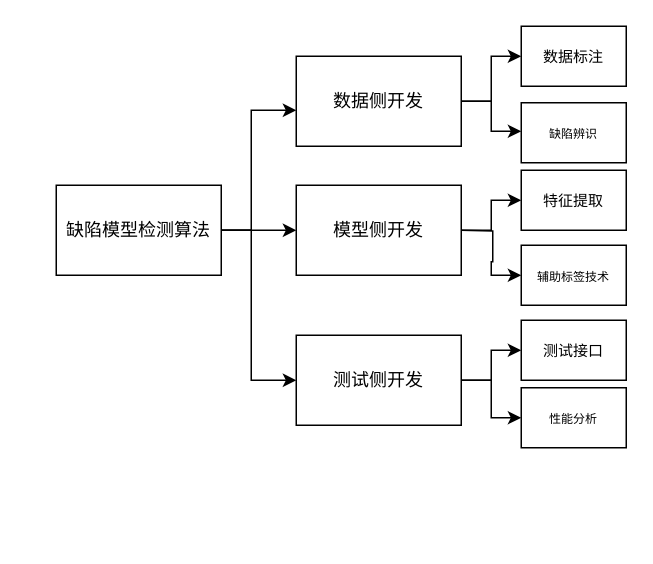
This is GWTH_architecture_designed.drawio from paleblackless/diagrams, a draw.io file, before an edit. Source tidied: cells renumbered, new cells numbered last; positions are measured from the earlier drawing's top-left corner, leaving out a move shared by most shapes. Both pictures are drawn from the tidied source at 150%, with x=0, y=0 at pixel (56, 26).
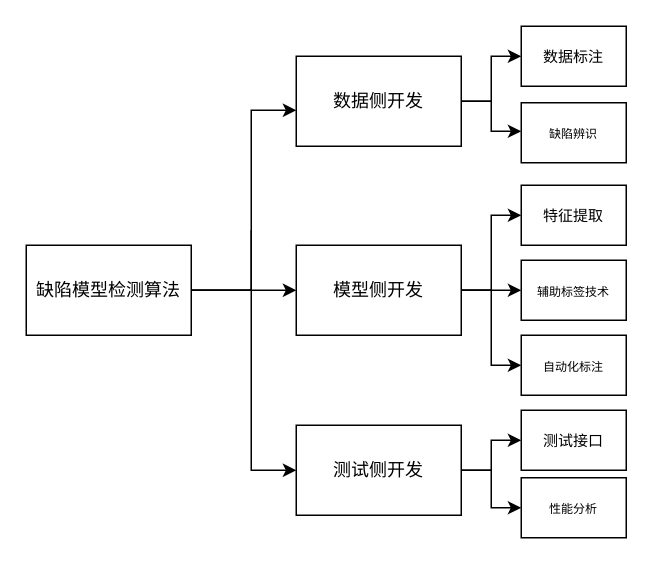
The same page after the edit.

What changed in the source:
```diff
@@
     <mxCell id="5" value="&lt;p class=&quot;MsoNormal&quot;&gt;&lt;span&gt;测试侧开发&lt;/span&gt;&lt;/p&gt;" style="rounded=0;whiteSpace=wrap;html=1;" parent="1" vertex="1">
-      <mxGeometry x="160" y="206" width="110" height="60" as="geometry" />
+      <mxGeometry x="160" y="266" width="110" height="60" as="geometry" />
     </mxCell>
     <mxCell id="6" style="edgeStyle=orthogonalEdgeStyle;rounded=0;jettySize=auto;html=1;exitX=1;exitY=0.5;exitDx=0;exitDy=0;" parent="1" edge="1" source="7">
       <mxGeometry relative="1" as="geometry">
         <mxPoint x="160" y="56" as="targetPoint" />
         <Array as="points">
-          <mxPoint x="130" y="136" />
+          <mxPoint x="130" y="176" />
           <mxPoint x="130" y="56" />
-          <mxPoint x="160" y="56" />
         </Array>
       </mxGeometry>
     </mxCell>
     <mxCell id="7" value="缺陷模型检测算法" style="rounded=0;whiteSpace=wrap;html=1;" parent="1" vertex="1">
-      <mxGeometry y="106" width="110" height="60" as="geometry" />
+      <mxGeometry x="-20" y="146" width="110" height="60" as="geometry" />
     </mxCell>
-    <mxCell id="8" style="endArrow=classic;html=1;rounded=0;exitX=1;exitY=0.5;exitDx=0;exitDy=0;startArrow=none;" parent="1" edge="1" source="11">
+    <mxCell id="8" style="endArrow=classic;html=1;rounded=0;startArrow=none;entryX=0;entryY=0.5;entryDx=0;entryDy=0;" parent="1" edge="1" target="11">
       <mxGeometry relative="1" as="geometry">
-        <mxPoint x="190" y="136" as="targetPoint" />
+        <mxPoint x="90" y="176" as="sourcePoint" />
         <Array as="points">
-          <mxPoint x="190" y="136" />
+          <mxPoint x="130" y="176" />
+          <mxPoint x="160" y="176" />
         </Array>
       </mxGeometry>
     </mxCell>
-    <mxCell id="9" style="endArrow=classic;html=1;rounded=0;entryX=0;entryY=0.5;entryDx=0;entryDy=0;" parent="1" edge="1" target="5">
+    <mxCell id="9" style="endArrow=classic;html=1;rounded=0;entryX=0;entryY=0.5;entryDx=0;entryDy=0;exitX=1;exitY=0.5;exitDx=0;exitDy=0;" parent="1" edge="1" source="7" target="5">
       <mxGeometry relative="1" as="geometry">
-        <mxPoint x="110" y="136" as="sourcePoint" />
         <Array as="points">
+          <mxPoint x="130" y="176" />
           <mxPoint x="130" y="136" />
-          <mxPoint x="130" y="236" />
+          <mxPoint x="130" y="296" />
         </Array>
       </mxGeometry>
     </mxCell>
-    <mxCell id="10" style="edgeStyle=orthogonalEdgeStyle;rounded=0;jettySize=auto;html=1;exitX=1;exitY=0.5;exitDx=0;exitDy=0;entryX=0;entryY=0.5;entryDx=0;entryDy=0;fontSize=8;" parent="1" edge="1" source="11" target="16">
-      <mxGeometry relative="1" as="geometry" />
-    </mxCell>
+    <mxCell id="22" style="edgeStyle=orthogonalEdgeStyle;rounded=0;jettySize=auto;html=1;exitX=1;exitY=0.5;exitDx=0;exitDy=0;entryX=0;entryY=0.5;entryDx=0;entryDy=0;fontSize=8;" parent="1" edge="1" source="11" target="17">
+      <mxGeometry relative="1" as="geometry" />
+    </mxCell>
     <mxCell id="11" value="模型侧开发" style="rounded=0;whiteSpace=wrap;html=1;" parent="1" vertex="1">
-      <mxGeometry x="160" y="106" width="110" height="60" as="geometry" />
+      <mxGeometry x="160" y="146" width="110" height="60" as="geometry" />
     </mxCell>
-    <mxCell id="12" style="endArrow=classic;html=1;rounded=0;exitX=1;exitY=0.5;exitDx=0;exitDy=0;" parent="1" edge="1" source="7">
-      <mxGeometry relative="1" as="geometry">
-        <mxPoint x="160" y="136" as="targetPoint" />
-      </mxGeometry>
-    </mxCell>
@@
     <mxCell id="16" value="&lt;span style=&quot;font-size: 10px;&quot;&gt;特征提取&lt;/span&gt;" style="rounded=0;whiteSpace=wrap;html=1;" parent="1" vertex="1">
-      <mxGeometry x="310" y="96" width="70" height="40" as="geometry" />
+      <mxGeometry x="310" y="106" width="70" height="40" as="geometry" />
     </mxCell>
     <mxCell id="17" value="&lt;span style=&quot;font-size: 8px;&quot;&gt;辅助标签技术&lt;/span&gt;" style="rounded=0;whiteSpace=wrap;html=1;" parent="1" vertex="1">
-      <mxGeometry x="310" y="146" width="70" height="40" as="geometry" />
+      <mxGeometry x="310" y="156" width="70" height="40" as="geometry" />
     </mxCell>
-    <mxCell id="18" style="edgeStyle=orthogonalEdgeStyle;rounded=0;jettySize=auto;html=1;entryX=0;entryY=0.5;entryDx=0;entryDy=0;fontSize=8;" parent="1" edge="1" target="17">
-      <mxGeometry relative="1" as="geometry">
-        <mxPoint x="270" y="136" as="sourcePoint" />
-      </mxGeometry>
-    </mxCell>
     <mxCell id="19" value="&lt;span style=&quot;font-size: 10px;&quot;&gt;测试接口&lt;/span&gt;" style="rounded=0;whiteSpace=wrap;html=1;" parent="1" vertex="1">
-      <mxGeometry x="310" y="196" width="70" height="40" as="geometry" />
+      <mxGeometry x="310" y="256" width="70" height="40" as="geometry" />
     </mxCell>
     <mxCell id="20" value="&lt;span style=&quot;font-size: 8px;&quot;&gt;性能分析&lt;/span&gt;" style="rounded=0;whiteSpace=wrap;html=1;" parent="1" vertex="1">
-      <mxGeometry x="310" y="241" width="70" height="40" as="geometry" />
+      <mxGeometry x="310" y="301" width="70" height="40" as="geometry" />
     </mxCell>
     <mxCell id="21" style="edgeStyle=orthogonalEdgeStyle;rounded=0;jettySize=auto;html=1;entryX=0;entryY=0.5;entryDx=0;entryDy=0;fontSize=8;exitX=1;exitY=0.5;exitDx=0;exitDy=0;" parent="1" edge="1" source="5" target="20">
       <mxGeometry relative="1" as="geometry">
         <Array as="points">
-          <mxPoint x="290" y="236" />
-          <mxPoint x="290" y="261" />
+          <mxPoint x="290" y="296" />
+          <mxPoint x="290" y="321" />
         </Array>
       </mxGeometry>
     </mxCell>
+    <mxCell id="23" value="&lt;span style=&quot;font-size: 8px;&quot;&gt;自动化标注&lt;/span&gt;" style="rounded=0;whiteSpace=wrap;html=1;" parent="1" vertex="1">
+      <mxGeometry x="310" y="206" width="70" height="40" as="geometry" />
+    </mxCell>
+    <mxCell id="24" style="edgeStyle=orthogonalEdgeStyle;rounded=0;jettySize=auto;html=1;exitX=1;exitY=0.5;exitDx=0;exitDy=0;fontSize=8;" parent="1" edge="1" source="11">
+      <mxGeometry relative="1" as="geometry">
+        <mxPoint x="310" y="126" as="targetPoint" />
+        <Array as="points">
+          <mxPoint x="290" y="176" />
+          <mxPoint x="290" y="126" />
+        </Array>
+      </mxGeometry>
+    </mxCell>
+    <mxCell id="25" style="edgeStyle=orthogonalEdgeStyle;rounded=0;jettySize=auto;html=1;fontSize=8;entryX=0;entryY=0.5;entryDx=0;entryDy=0;" parent="1" edge="1" target="23">
+      <mxGeometry relative="1" as="geometry">
+        <mxPoint x="270" y="176" as="sourcePoint" />
+        <Array as="points">
+          <mxPoint x="290" y="176" />
+          <mxPoint x="290" y="226" />
+        </Array>
+      </mxGeometry>
+    </mxCell>
```
